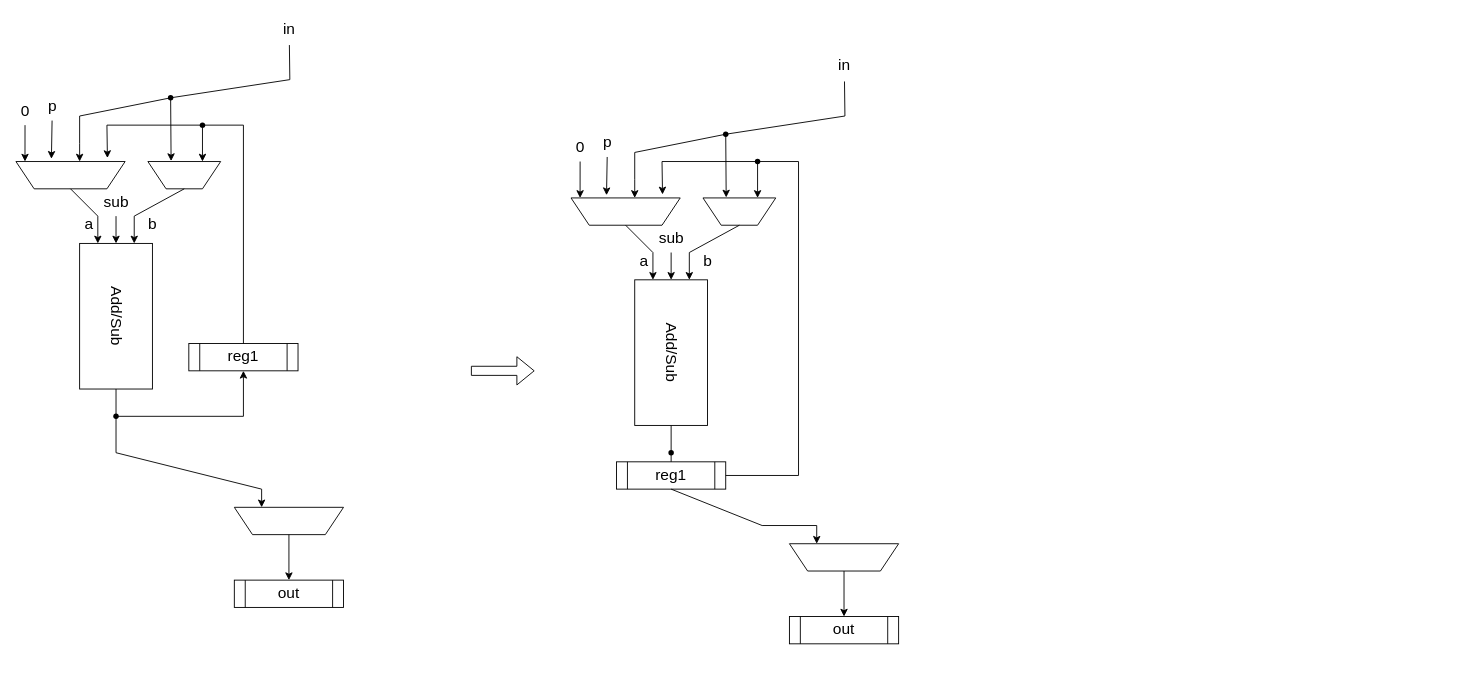
Earlier version of the draw.io diagram page "postadder" (3 of 4) of src/fig.dio (ankoman/HTBPA). Source tidied: cells renumbered, new cells numbered last; positions are measured from the earlier drawing's top-left corner, leaving out a move shared by most shapes. Both pictures are drawn from the tidied source at 91%, with x=0, y=0 at pixel (15, 15).
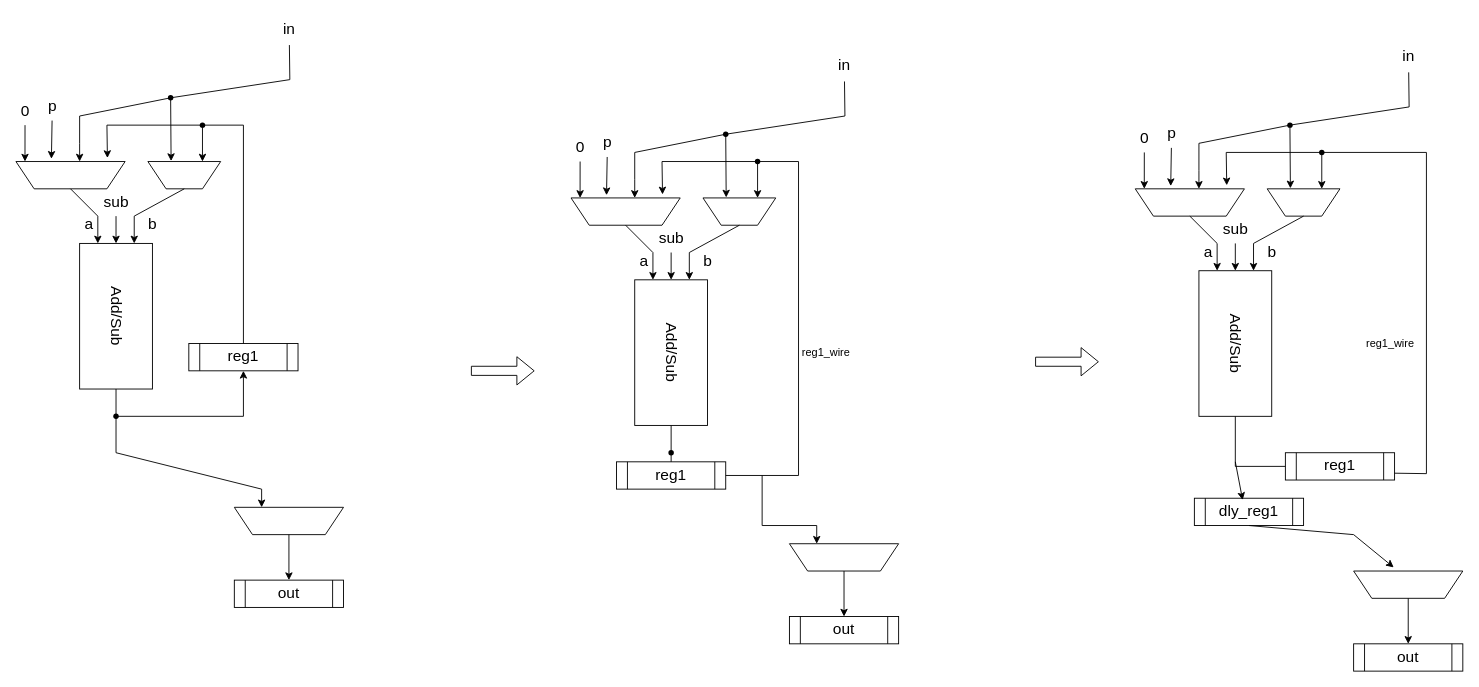
Above is the later version.

Unchanged cells that the change refers to:
```xml
<mxCell id="57" style="shape=trapezoid;perimeter=trapezoidPerimeter;whiteSpace=wrap;html=1;fixedSize=1;fontSize=17;fillColor=none;rotation=-180;" parent="1" vertex="1">
  <mxGeometry x="850" y="580" width="120" height="30" as="geometry" />
</mxCell>
<mxCell id="59" value="reg1" style="shape=process;whiteSpace=wrap;html=1;backgroundOutline=1;fontSize=17;fillColor=none;" parent="1" vertex="1">
  <mxGeometry x="660" y="490" width="120" height="30" as="geometry" />
</mxCell>
```

Change to the diagram source:
```diff
@@
-    <mxCell id="34" style="edgeStyle=none;rounded=0;html=1;fontSize=17;exitX=0.5;exitY=1;exitDx=0;exitDy=0;entryX=0.75;entryY=1;entryDx=0;entryDy=0;startArrow=none;" parent="1" edge="1" source="59" target="57">
+    <mxCell id="34" style="edgeStyle=none;rounded=0;html=1;fontSize=17;entryX=0.75;entryY=1;entryDx=0;entryDy=0;startArrow=none;" parent="1" edge="1" target="57">
       <mxGeometry relative="1" as="geometry">
+        <mxPoint x="820" y="505" as="sourcePoint" />
         <Array as="points">
           <mxPoint x="820" y="560" />
           <mxPoint x="880" y="560" />
         </Array>
       </mxGeometry>
     </mxCell>
@@
+    <mxCell id="61" value="reg1_wire" style="text;html=1;align=center;verticalAlign=middle;strokeColor=none;fillColor=none;" parent="1" vertex="1">
+      <mxGeometry x="855" y="360" width="70" height="20" as="geometry" />
+    </mxCell>
+    <mxCell id="62" style="shape=flexArrow;endArrow=classic;html=1;" parent="1" edge="1">
+      <mxGeometry relative="1" as="geometry">
+        <mxPoint x="1120" y="380" as="sourcePoint" />
+        <mxPoint x="1190" y="380" as="targetPoint" />
+      </mxGeometry>
+    </mxCell>
+    <mxCell id="63" style="edgeStyle=none;html=1;fontSize=17;exitDx=0;exitDy=0;exitPerimeter=0;rounded=0;startArrow=none;" parent="1" edge="1" source="79">
+      <mxGeometry relative="1" as="geometry">
+        <mxPoint x="1300" y="190" as="targetPoint" />
+        <Array as="points">
+          <mxPoint x="1300" y="140" />
+          <mxPoint x="1300" y="170" />
+        </Array>
+      </mxGeometry>
+    </mxCell>
+    <mxCell id="64" value="in" style="text;html=1;align=center;verticalAlign=middle;points=[];strokeColor=none;fillColor=none;fontSize=17;" parent="1" vertex="1">
+      <mxGeometry x="1515" y="30" width="30" height="30" as="geometry" />
+    </mxCell>
+    <mxCell id="65" style="edgeStyle=none;rounded=0;html=1;fontSize=17;startArrow=none;entryX=0.442;entryY=0.067;entryDx=0;entryDy=0;entryPerimeter=0;" parent="1" edge="1" target="92">
+      <mxGeometry relative="1" as="geometry">
+        <mxPoint x="1340" y="490" as="sourcePoint" />
+      </mxGeometry>
+    </mxCell>
+    <mxCell id="66" value="Add/Sub" style="rounded=0;whiteSpace=wrap;html=1;fontSize=17;fillColor=none;rotation=90;" parent="1" vertex="1">
+      <mxGeometry x="1260" y="320" width="160" height="80" as="geometry" />
+    </mxCell>
+    <mxCell id="67" style="edgeStyle=none;html=1;entryX=0;entryY=0.75;entryDx=0;entryDy=0;fontSize=17;rounded=0;exitX=0.5;exitY=0;exitDx=0;exitDy=0;" parent="1" edge="1" source="68" target="66">
+      <mxGeometry relative="1" as="geometry">
+        <Array as="points">
+          <mxPoint x="1320" y="250" />
+        </Array>
+      </mxGeometry>
+    </mxCell>
+    <mxCell id="68" style="shape=trapezoid;perimeter=trapezoidPerimeter;whiteSpace=wrap;html=1;fixedSize=1;fontSize=17;fillColor=none;rotation=-180;" parent="1" vertex="1">
+      <mxGeometry x="1230" y="190" width="120" height="30" as="geometry" />
+    </mxCell>
+    <mxCell id="69" style="edgeStyle=none;html=1;entryX=0.917;entryY=1;entryDx=0;entryDy=0;entryPerimeter=0;fontSize=17;" parent="1" edge="1" source="70" target="68">
+      <mxGeometry relative="1" as="geometry" />
+    </mxCell>
+    <mxCell id="70" value="0" style="text;html=1;align=center;verticalAlign=middle;points=[];strokeColor=none;fillColor=none;fontSize=17;" parent="1" vertex="1">
+      <mxGeometry x="1230" y="120" width="20" height="30" as="geometry" />
+    </mxCell>
+    <mxCell id="71" style="edgeStyle=none;html=1;entryX=0.675;entryY=1.1;entryDx=0;entryDy=0;entryPerimeter=0;fontSize=17;" parent="1" edge="1" source="72" target="68">
+      <mxGeometry relative="1" as="geometry" />
+    </mxCell>
+    <mxCell id="72" value="p" style="text;html=1;align=center;verticalAlign=middle;points=[];strokeColor=none;fillColor=none;fontSize=17;" parent="1" vertex="1">
+      <mxGeometry x="1260" y="115" width="20" height="30" as="geometry" />
+    </mxCell>
+    <mxCell id="73" style="edgeStyle=none;rounded=0;html=1;entryX=0;entryY=0.25;entryDx=0;entryDy=0;fontSize=17;exitX=0.5;exitY=0;exitDx=0;exitDy=0;" parent="1" edge="1" source="74" target="66">
+      <mxGeometry relative="1" as="geometry">
+        <Array as="points">
+          <mxPoint x="1360" y="250" />
+        </Array>
+      </mxGeometry>
+    </mxCell>
+    <mxCell id="74" style="shape=trapezoid;perimeter=trapezoidPerimeter;whiteSpace=wrap;html=1;fixedSize=1;fontSize=17;fillColor=none;rotation=-180;" parent="1" vertex="1">
+      <mxGeometry x="1375" y="190" width="80" height="30" as="geometry" />
+    </mxCell>
+    <mxCell id="75" value="a" style="text;html=1;align=center;verticalAlign=middle;strokeColor=none;fillColor=none;fontSize=17;" parent="1" vertex="1">
+      <mxGeometry x="1300" y="245" width="20" height="30" as="geometry" />
+    </mxCell>
+    <mxCell id="76" value="b" style="text;html=1;align=center;verticalAlign=middle;strokeColor=none;fillColor=none;fontSize=17;" parent="1" vertex="1">
+      <mxGeometry x="1370" y="245" width="20" height="30" as="geometry" />
+    </mxCell>
+    <mxCell id="77" style="edgeStyle=none;rounded=0;html=1;fontSize=17;exitDx=0;exitDy=0;entryX=0.25;entryY=1;entryDx=0;entryDy=0;startArrow=none;" parent="1" edge="1" source="82" target="74">
+      <mxGeometry relative="1" as="geometry">
+        <Array as="points">
+          <mxPoint x="1435" y="150" />
+        </Array>
+      </mxGeometry>
+    </mxCell>
+    <mxCell id="78" style="edgeStyle=none;rounded=0;html=1;entryX=0.681;entryY=1.017;entryDx=0;entryDy=0;entryPerimeter=0;fontSize=17;" parent="1" edge="1" source="79" target="74">
+      <mxGeometry relative="1" as="geometry" />
+    </mxCell>
+    <mxCell id="79" style="shape=waypoint;sketch=0;size=6;points=[];fillColor=none;perimeter=centerPerimeter;snapToPoint=1;fontSize=17;" parent="1" vertex="1">
+      <mxGeometry x="1380" y="100" width="40" height="40" as="geometry" />
+    </mxCell>
+    <mxCell id="80" style="edgeStyle=none;html=1;fontSize=17;rounded=0;endArrow=none;exitX=0.517;exitY=1.067;exitDx=0;exitDy=0;exitPerimeter=0;" parent="1" edge="1" source="64" target="79">
+      <mxGeometry relative="1" as="geometry">
+        <Array as="points">
+          <mxPoint x="1531" y="100" />
+        </Array>
+      </mxGeometry>
+    </mxCell>
+    <mxCell id="81" style="edgeStyle=none;rounded=0;html=1;entryX=0.162;entryY=1.128;entryDx=0;entryDy=0;fontSize=17;entryPerimeter=0;" parent="1" edge="1" source="82" target="68">
+      <mxGeometry relative="1" as="geometry">
+        <Array as="points">
+          <mxPoint x="1330" y="150" />
+        </Array>
+      </mxGeometry>
+    </mxCell>
+    <mxCell id="82" style="shape=waypoint;sketch=0;size=6;points=[];fillColor=none;perimeter=centerPerimeter;snapToPoint=1;fontSize=17;" parent="1" vertex="1">
+      <mxGeometry x="1415" y="130" width="40" height="40" as="geometry" />
+    </mxCell>
+    <mxCell id="83" style="edgeStyle=none;rounded=0;html=1;fontSize=17;entryDx=0;entryDy=0;endArrow=none;exitX=1;exitY=0.75;exitDx=0;exitDy=0;" parent="1" edge="1" source="89" target="82">
+      <mxGeometry relative="1" as="geometry">
+        <Array as="points">
+          <mxPoint x="1550" y="503" />
+          <mxPoint x="1550" y="150" />
+        </Array>
+      </mxGeometry>
+    </mxCell>
+    <mxCell id="84" style="edgeStyle=none;rounded=0;html=1;entryX=0;entryY=0.5;entryDx=0;entryDy=0;fontSize=17;" parent="1" edge="1" source="85" target="66">
+      <mxGeometry relative="1" as="geometry" />
+    </mxCell>
+    <mxCell id="85" value="sub" style="text;html=1;align=center;verticalAlign=middle;points=[];strokeColor=none;fillColor=none;fontSize=17;" parent="1" vertex="1">
+      <mxGeometry x="1320" y="220" width="40" height="30" as="geometry" />
+    </mxCell>
+    <mxCell id="86" style="edgeStyle=none;rounded=0;html=1;entryX=0.5;entryY=0;entryDx=0;entryDy=0;fontSize=17;" parent="1" edge="1" source="87" target="88">
+      <mxGeometry relative="1" as="geometry" />
+    </mxCell>
+    <mxCell id="87" style="shape=trapezoid;perimeter=trapezoidPerimeter;whiteSpace=wrap;html=1;fixedSize=1;fontSize=17;fillColor=none;rotation=-180;" parent="1" vertex="1">
+      <mxGeometry x="1470" y="610" width="120" height="30" as="geometry" />
+    </mxCell>
+    <mxCell id="88" value="out" style="shape=process;whiteSpace=wrap;html=1;backgroundOutline=1;fontSize=17;fillColor=none;" parent="1" vertex="1">
+      <mxGeometry x="1470" y="690" width="120" height="30" as="geometry" />
+    </mxCell>
+    <mxCell id="89" value="reg1" style="shape=process;whiteSpace=wrap;html=1;backgroundOutline=1;fontSize=17;fillColor=none;" parent="1" vertex="1">
+      <mxGeometry x="1395" y="480" width="120" height="30" as="geometry" />
+    </mxCell>
+    <mxCell id="90" style="edgeStyle=none;rounded=0;html=1;fontSize=17;exitX=1;exitY=0.5;exitDx=0;exitDy=0;endArrow=none;entryX=0;entryY=0.5;entryDx=0;entryDy=0;" parent="1" edge="1" source="66" target="89">
+      <mxGeometry relative="1" as="geometry">
+        <Array as="points">
+          <mxPoint x="1340" y="495" />
+        </Array>
+      </mxGeometry>
+    </mxCell>
+    <mxCell id="91" value="reg1_wire" style="text;html=1;align=center;verticalAlign=middle;strokeColor=none;fillColor=none;" parent="1" vertex="1">
+      <mxGeometry x="1475" y="350" width="70" height="20" as="geometry" />
+    </mxCell>
+    <mxCell id="92" value="dly_reg1" style="shape=process;whiteSpace=wrap;html=1;backgroundOutline=1;fontSize=17;fillColor=none;" parent="1" vertex="1">
+      <mxGeometry x="1295" y="530" width="120" height="30" as="geometry" />
+    </mxCell>
+    <mxCell id="93" style="edgeStyle=none;rounded=0;html=1;fontSize=17;startArrow=none;entryX=0.633;entryY=1.133;entryDx=0;entryDy=0;entryPerimeter=0;exitX=0.5;exitY=1;exitDx=0;exitDy=0;" parent="1" edge="1" source="92" target="87">
+      <mxGeometry relative="1" as="geometry">
+        <Array as="points">
+          <mxPoint x="1470" y="570" />
+        </Array>
+      </mxGeometry>
+    </mxCell>
```
